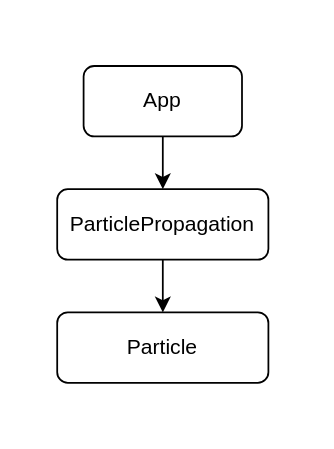
The draw.io diagram uml.drawio in nacho9900/SS_TP4, before the edit. Source tidied: cells renumbered, new cells numbered last; positions are measured from the earlier drawing's top-left corner, leaving out a move shared by most shapes. Both pictures are drawn from the tidied source at 176%, with x=0, y=0 at pixel (56, 65).
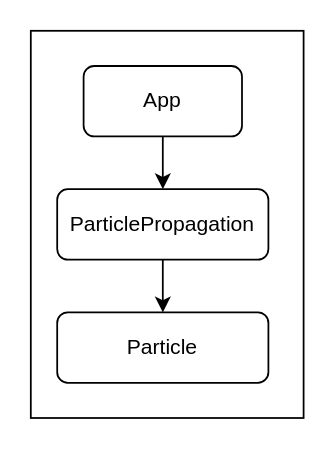
The same page after the edit.

Commit message:
MOD uml

What changed in the source:
```diff
@@
 <mxGraphModel>
   <root>
     <mxCell id="0" />
     <mxCell id="1" parent="0" />
+    <mxCell id="7" style="rounded=0;whiteSpace=wrap;html=1;" parent="1" vertex="1">
+      <mxGeometry x="-15" y="-20" width="155" height="220" as="geometry" />
+    </mxCell>
     <mxCell id="2" style="edgeStyle=orthogonalEdgeStyle;rounded=0;jettySize=auto;html=1;exitX=0.5;exitY=1;exitDx=0;exitDy=0;entryX=0.5;entryY=0;entryDx=0;entryDy=0;" parent="1" edge="1" source="3" target="5">
       <mxGeometry relative="1" as="geometry" />
     </mxCell>
     <mxCell id="3" value="App" style="rounded=1;whiteSpace=wrap;html=1;" parent="1" vertex="1">
       <mxGeometry x="15" width="90" height="40" as="geometry" />
     </mxCell>
     <mxCell id="4" style="edgeStyle=orthogonalEdgeStyle;rounded=0;jettySize=auto;html=1;exitX=0.5;exitY=1;exitDx=0;exitDy=0;entryX=0.5;entryY=0;entryDx=0;entryDy=0;" parent="1" edge="1" source="5" target="6">
       <mxGeometry relative="1" as="geometry" />
     </mxCell>
     <mxCell id="5" value="ParticlePropagation" style="rounded=1;whiteSpace=wrap;html=1;" parent="1" vertex="1">
       <mxGeometry y="70" width="120" height="40" as="geometry" />
     </mxCell>
     <mxCell id="6" value="Particle" style="rounded=1;whiteSpace=wrap;html=1;" parent="1" vertex="1">
       <mxGeometry y="140" width="120" height="40" as="geometry" />
     </mxCell>
   </root>
 </mxGraphModel>
```
